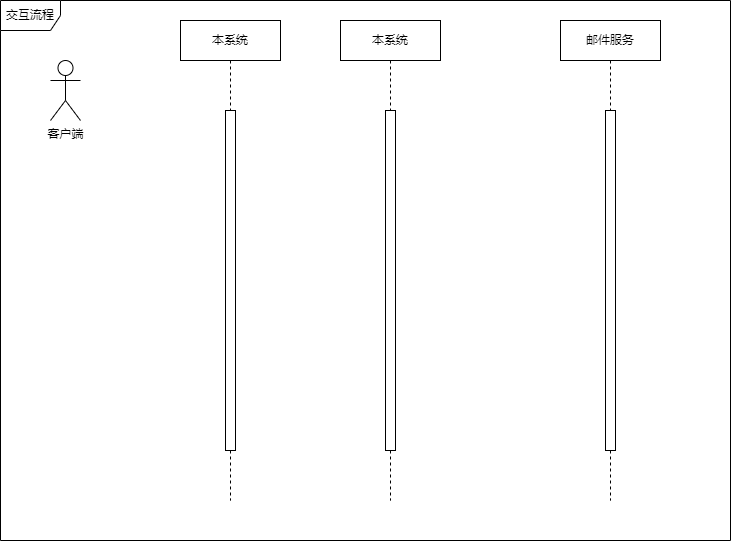
wujunwei/gomail keeps this draw.io diagram as doc/image/流程交互图.png. Above is the earlier version. Source tidied: cells renumbered, new cells last; positions are measured from the earlier drawing's top-left corner, leaving out a move shared by most shapes.
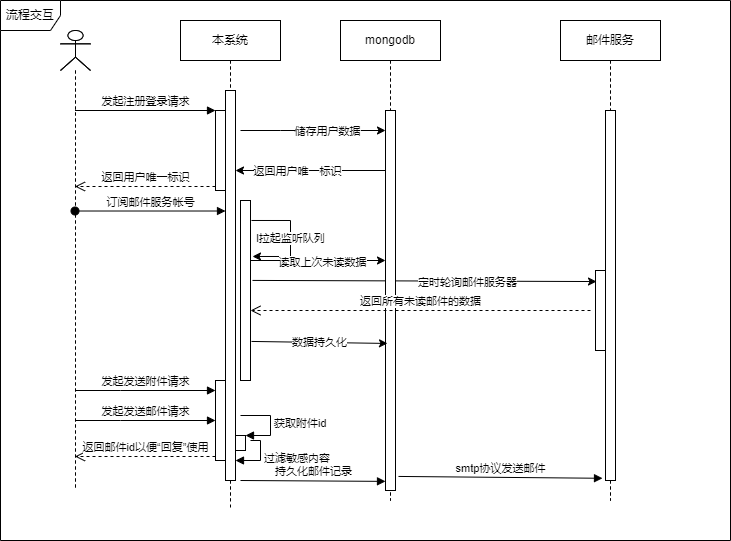
Above is the later version.

Diff of the diagram source:
```diff
@@ -2,19 +2,70 @@
   <root>
     <mxCell id="0" />
     <mxCell id="1" parent="0" />
-    <mxCell id="2" value="交互流程" style="shape=umlFrame;whiteSpace=wrap;html=1;" parent="1" vertex="1">
+    <mxCell id="2" value="流程交互" style="shape=umlFrame;whiteSpace=wrap;html=1;" parent="1" vertex="1">
       <mxGeometry width="730" height="540" as="geometry" />
     </mxCell>
-    <mxCell id="3" value="客户端" style="shape=umlActor;verticalLabelPosition=bottom;verticalAlign=top;html=1;" parent="1" vertex="1">
-      <mxGeometry x="50" y="60" width="30" height="60" as="geometry" />
-    </mxCell>
+    <mxCell id="10" value="本系统" style="shape=umlLifeline;perimeter=lifelinePerimeter;whiteSpace=wrap;html=1;" parent="1" vertex="1">
+      <mxGeometry x="180" y="20" width="100" height="480" as="geometry" />
+    </mxCell>
+    <mxCell id="11" style="html=1;points=[];perimeter=orthogonalPerimeter;" parent="10" vertex="1">
+      <mxGeometry x="35" y="90" width="10" height="80" as="geometry" />
+    </mxCell>
+    <mxCell id="12" style="html=1;points=[];perimeter=orthogonalPerimeter;" parent="10" vertex="1">
+      <mxGeometry x="60" y="180" width="10" height="180" as="geometry" />
+    </mxCell>
+    <mxCell id="13" value="l拉起监听队列" style="endArrow=classic;html=1;rounded=0;exitX=1.1;exitY=0.111;exitDx=0;exitDy=0;exitPerimeter=0;entryX=1.2;entryY=0.311;entryDx=0;entryDy=0;entryPerimeter=0;" parent="10" edge="1" source="12" target="12">
+      <mxGeometry relative="1" as="geometry">
+        <Array as="points">
+          <mxPoint x="110" y="200" />
+          <mxPoint x="110" y="236" />
+        </Array>
+      </mxGeometry>
+    </mxCell>
+    <mxCell id="14" style="html=1;points=[];perimeter=orthogonalPerimeter;" parent="10" vertex="1">
+      <mxGeometry x="35" y="360" width="10" height="80" as="geometry" />
+    </mxCell>
     <mxCell id="4" value="本系统" style="shape=umlLifeline;perimeter=lifelinePerimeter;whiteSpace=wrap;html=1;" parent="1" vertex="1">
-      <mxGeometry x="180" y="20" width="100" height="480" as="geometry" />
+      <mxGeometry x="180" y="20" width="100" height="490" as="geometry" />
     </mxCell>
     <mxCell id="5" style="html=1;points=[];perimeter=orthogonalPerimeter;" parent="4" vertex="1">
-      <mxGeometry x="45" y="90" width="10" height="340" as="geometry" />
+      <mxGeometry x="45" y="70" width="10" height="390" as="geometry" />
     </mxCell>
+    <mxCell id="15" value="发起发送附件请求" style="html=1;verticalAlign=bottom;endArrow=block;rounded=0;" parent="4" edge="1">
+      <mxGeometry relative="1" as="geometry">
+        <mxPoint x="-105.5" y="370" as="sourcePoint" />
+        <mxPoint x="35" y="370" as="targetPoint" />
+        <Array as="points">
+          <mxPoint x="-60" y="370" />
+        </Array>
+      </mxGeometry>
+    </mxCell>
+    <mxCell id="16" style="html=1;points=[];perimeter=orthogonalPerimeter;" parent="4" vertex="1">
+      <mxGeometry x="55" y="415" width="10" height="15" as="geometry" />
+    </mxCell>
+    <mxCell id="17" value="获取附件id" style="edgeStyle=orthogonalEdgeStyle;html=1;align=left;spacingLeft=2;endArrow=block;rounded=0;entryX=1;entryY=0;" parent="4" edge="1" target="16">
+      <mxGeometry relative="1" as="geometry">
+        <mxPoint x="60" y="395" as="sourcePoint" />
+        <Array as="points">
+          <mxPoint x="90" y="395" />
+        </Array>
+      </mxGeometry>
+    </mxCell>
+    <mxCell id="18" value="过滤敏感内容" style="edgeStyle=orthogonalEdgeStyle;html=1;align=left;spacingLeft=2;endArrow=block;rounded=0;" parent="4" edge="1" target="5">
+      <mxGeometry relative="1" as="geometry">
+        <mxPoint x="70" y="420" as="sourcePoint" />
+        <Array as="points">
+          <mxPoint x="80" y="420" />
+          <mxPoint x="80" y="440" />
+        </Array>
+      </mxGeometry>
+    </mxCell>
+    <mxCell id="19" value="持久化邮件记录" style="html=1;verticalAlign=bottom;endArrow=block;rounded=0;entryX=0;entryY=0.976;entryDx=0;entryDy=0;entryPerimeter=0;" parent="4" edge="1" target="29">
+      <mxGeometry relative="1" as="geometry">
+        <mxPoint x="60" y="460" as="sourcePoint" />
+      </mxGeometry>
+    </mxCell>
-    <mxCell id="6" value="本系统" style="shape=umlLifeline;perimeter=lifelinePerimeter;whiteSpace=wrap;html=1;" parent="1" vertex="1">
+    <mxCell id="6" value="mongodb" style="shape=umlLifeline;perimeter=lifelinePerimeter;whiteSpace=wrap;html=1;" parent="1" vertex="1">
       <mxGeometry x="340" y="20" width="100" height="480" as="geometry" />
     </mxCell>
     <mxCell id="7" style="html=1;points=[];perimeter=orthogonalPerimeter;" parent="6" vertex="1">
@@ -26,5 +77,94 @@
     <mxCell id="9" style="html=1;perimeter=orthogonalPerimeter;" parent="8" vertex="1">
       <mxGeometry x="45" y="90" width="10" height="340" as="geometry" />
     </mxCell>
+    <mxCell id="20" style="shape=umlLifeline;participant=umlActor;perimeter=lifelinePerimeter;whiteSpace=wrap;html=1;verticalAlign=top;spacingTop=36;" parent="1" vertex="1">
+      <mxGeometry x="60" y="30" width="30" height="460" as="geometry" />
+    </mxCell>
+    <mxCell id="21" style="endArrow=classic;html=1;rounded=0;" parent="1" edge="1" target="7">
+      <mxGeometry relative="1" as="geometry">
+        <mxPoint x="240" y="130" as="sourcePoint" />
+        <Array as="points">
+          <mxPoint x="280" y="130" />
+        </Array>
+      </mxGeometry>
+    </mxCell>
+    <mxCell id="22" value="储存用户数据" style="edgeLabel;html=1;align=center;verticalAlign=middle;" parent="21" vertex="1">
+      <mxGeometry x="0.19" relative="1" as="geometry" />
+    </mxCell>
+    <mxCell id="23" style="endArrow=classic;html=1;rounded=0;" parent="1" edge="1" source="7" target="5">
+      <mxGeometry relative="1" as="geometry">
+        <Array as="points">
+          <mxPoint x="280" y="170" />
+        </Array>
+      </mxGeometry>
+    </mxCell>
+    <mxCell id="24" value="返回用户唯一标识" style="edgeLabel;html=1;align=center;verticalAlign=middle;" parent="23" vertex="1">
+      <mxGeometry x="0.19" relative="1" as="geometry" />
+    </mxCell>
+    <mxCell id="25" style="endArrow=classic;html=1;rounded=0;exitX=1.2;exitY=0.444;exitDx=0;exitDy=0;exitPerimeter=0;entryX=0.1;entryY=0.138;entryDx=0;entryDy=0;entryPerimeter=0;" parent="1" edge="1" source="12" target="32">
+      <mxGeometry relative="1" as="geometry" />
+    </mxCell>
+    <mxCell id="26" value="定时轮询邮件服务器" style="edgeLabel;html=1;align=center;verticalAlign=middle;" parent="25" vertex="1">
+      <mxGeometry x="0.25" y="-1" relative="1" as="geometry" />
+    </mxCell>
+    <mxCell id="27" style="shape=umlLifeline;participant=umlActor;perimeter=lifelinePerimeter;whiteSpace=wrap;html=1;verticalAlign=top;spacingTop=36;outlineConnect=0;" parent="1" vertex="1">
+      <mxGeometry x="60" y="30" width="30" height="460" as="geometry" />
+    </mxCell>
+    <mxCell id="28" value="mongodb" style="shape=umlLifeline;perimeter=lifelinePerimeter;whiteSpace=wrap;html=1;" parent="1" vertex="1">
+      <mxGeometry x="340" y="20" width="100" height="480" as="geometry" />
+    </mxCell>
+    <mxCell id="29" style="html=1;points=[];perimeter=orthogonalPerimeter;" parent="28" vertex="1">
+      <mxGeometry x="45" y="90" width="10" height="380" as="geometry" />
+    </mxCell>
+    <mxCell id="30" value="邮件服务" style="shape=umlLifeline;perimeter=lifelinePerimeter;whiteSpace=wrap;html=1;" parent="1" vertex="1">
+      <mxGeometry x="560" y="20" width="100" height="480" as="geometry" />
+    </mxCell>
+    <mxCell id="31" style="html=1;points=[];perimeter=orthogonalPerimeter;" parent="30" vertex="1">
+      <mxGeometry x="45" y="90" width="10" height="370" as="geometry" />
+    </mxCell>
+    <mxCell id="32" style="html=1;points=[];perimeter=orthogonalPerimeter;" parent="30" vertex="1">
+      <mxGeometry x="35" y="250" width="10" height="80" as="geometry" />
+    </mxCell>
+    <mxCell id="33" value="发起注册登录请求" style="html=1;verticalAlign=bottom;endArrow=block;entryX=0;entryY=0;rounded=0;" parent="1" edge="1" source="27" target="11">
+      <mxGeometry relative="1" as="geometry" />
+    </mxCell>
+    <mxCell id="34" value="返回用户唯一标识" style="html=1;verticalAlign=bottom;endArrow=open;dashed=1;endSize=8;exitX=0;exitY=0.95;rounded=0;" parent="1" edge="1" source="11" target="27">
+      <mxGeometry relative="1" as="geometry" />
+    </mxCell>
+    <mxCell id="35" value="订阅邮件服务帐号" style="html=1;verticalAlign=bottom;startArrow=oval;endArrow=block;startSize=8;rounded=0;entryX=0;entryY=0.309;entryDx=0;entryDy=0;entryPerimeter=0;" parent="1" edge="1" source="27" target="5">
+      <mxGeometry relative="1" as="geometry" />
+    </mxCell>
+    <mxCell id="36" value="返回所有未读邮件的数据" style="html=1;verticalAlign=bottom;endArrow=open;dashed=1;endSize=8;rounded=0;" parent="1" edge="1">
+      <mxGeometry relative="1" as="geometry">
+        <mxPoint x="590" y="310" as="sourcePoint" />
+        <mxPoint x="250" y="310" as="targetPoint" />
+      </mxGeometry>
+    </mxCell>
+    <mxCell id="37" value="数据持久化" style="endArrow=classic;html=1;rounded=0;exitX=1.1;exitY=0.783;exitDx=0;exitDy=0;exitPerimeter=0;entryX=0.2;entryY=0.613;entryDx=0;entryDy=0;entryPerimeter=0;" parent="1" edge="1" source="12" target="29">
+      <mxGeometry relative="1" as="geometry" />
+    </mxCell>
+    <mxCell id="38" style="endArrow=classic;html=1;rounded=0;" parent="1" edge="1" source="12" target="29">
+      <mxGeometry relative="1" as="geometry">
+        <Array as="points">
+          <mxPoint x="340" y="260" />
+        </Array>
+      </mxGeometry>
+    </mxCell>
+    <mxCell id="39" value="读取上次未读数据" style="edgeLabel;html=1;align=center;verticalAlign=middle;" parent="38" vertex="1">
+      <mxGeometry x="0.05" y="-1" relative="1" as="geometry" />
+    </mxCell>
+    <mxCell id="40" value="发起发送邮件请求" style="html=1;verticalAlign=bottom;endArrow=block;rounded=0;" parent="1" edge="1" source="27" target="14">
+      <mxGeometry relative="1" as="geometry">
+        <Array as="points">
+          <mxPoint x="120" y="420" />
+        </Array>
+      </mxGeometry>
+    </mxCell>
+    <mxCell id="41" value="返回邮件id以便“回复”使用" style="html=1;verticalAlign=bottom;endArrow=open;dashed=1;endSize=8;exitX=0;exitY=0.95;rounded=0;" parent="1" edge="1" source="14" target="27">
+      <mxGeometry relative="1" as="geometry" />
+    </mxCell>
+    <mxCell id="42" value="smtp协议发送邮件" style="html=1;verticalAlign=bottom;endArrow=block;rounded=0;entryX=-0.3;entryY=0.994;entryDx=0;entryDy=0;entryPerimeter=0;exitX=1.3;exitY=0.963;exitDx=0;exitDy=0;exitPerimeter=0;" parent="1" edge="1" source="29" target="31">
+      <mxGeometry relative="1" as="geometry" />
+    </mxCell>
   </root>
 </mxGraphModel>
```
